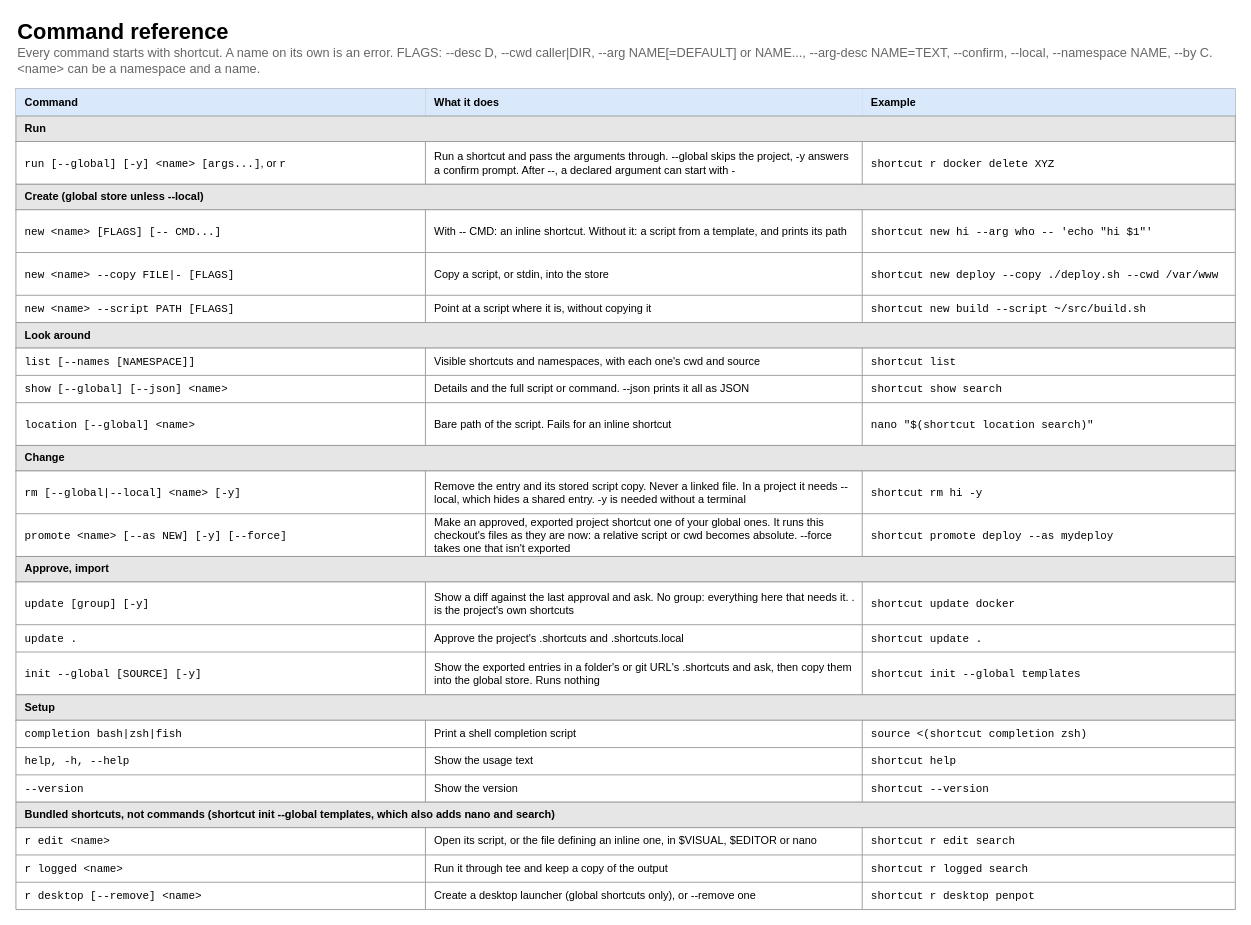
Above: page "4 Commands" (4 of 5) of docs/shortcut-overview.drawio in StanLukuvka/Shortcut (draw.io), before the change. Source tidied: cells renumbered, new cells numbered last; positions are measured from the earlier drawing's top-left corner, leaving out a move shared by most shapes. Both pictures are drawn from the tidied source at 91%, with x=0, y=0 at pixel (15, 15).
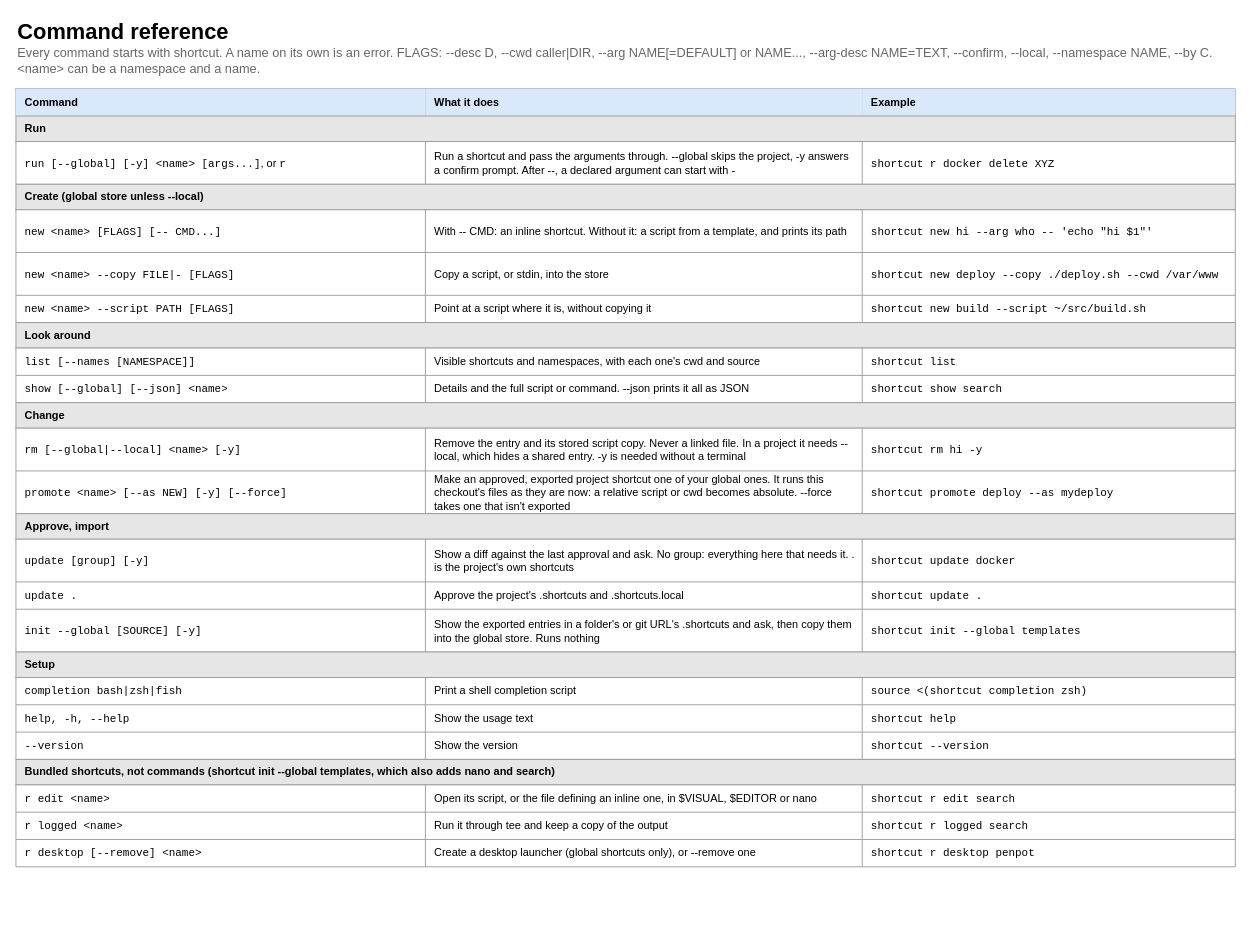
Above is the later version.

Diff of the diagram source:
```diff
@@
     <mxCell id="30" style="shape=table;startSize=0;childLayout=tableLayout;strokeColor=#999999;fontSize=12;html=1;" parent="1" vertex="1">
-      <mxGeometry y="365" width="1340" height="107" as="geometry" />
+      <mxGeometry y="365" width="1340" height="60" as="geometry" />
     </mxCell>
@@
-    <mxCell id="39" style="shape=tableRow;horizontal=0;startSize=0;swimlaneHead=0;swimlaneBody=0;strokeColor=inherit;top=0;left=0;bottom=0;right=0;fillColor=none;html=1;" parent="30" vertex="1">
-      <mxGeometry y="60" width="1340" height="47" as="geometry" />
-    </mxCell>
-    <mxCell id="40" value="&lt;font face=&quot;monospace&quot;&gt;location [--global] &amp;lt;name&amp;gt;&lt;/font&gt;" style="shape=partialRectangle;html=1;whiteSpace=wrap;strokeColor=inherit;overflow=hidden;fillColor=none;top=0;left=0;bottom=0;right=0;align=left;verticalAlign=middle;spacingLeft=8;spacingRight=6;fontSize=12;" parent="39" vertex="1">
-      <mxGeometry width="450" height="47" as="geometry" />
-    </mxCell>
-    <mxCell id="41" value="Bare path of the script. Fails for an inline shortcut" style="shape=partialRectangle;html=1;whiteSpace=wrap;strokeColor=inherit;overflow=hidden;fillColor=none;top=0;left=0;bottom=0;right=0;align=left;verticalAlign=middle;spacingLeft=8;spacingRight=6;fontSize=12;" parent="39" vertex="1">
-      <mxGeometry x="450" width="480" height="47" as="geometry" />
-    </mxCell>
-    <mxCell id="42" value="&lt;font face=&quot;monospace&quot;&gt;nano &quot;$(shortcut location search)&quot;&lt;/font&gt;" style="shape=partialRectangle;html=1;whiteSpace=wrap;strokeColor=inherit;overflow=hidden;fillColor=none;top=0;left=0;bottom=0;right=0;align=left;verticalAlign=middle;spacingLeft=8;spacingRight=6;fontSize=12;" parent="39" vertex="1">
-      <mxGeometry x="930" width="410" height="47" as="geometry" />
-    </mxCell>
     <mxCell id="43" value="&lt;b&gt;&lt;b&gt;Change&lt;/b&gt;&lt;/b&gt;" style="rounded=0;html=1;whiteSpace=wrap;strokeColor=#999999;fillColor=#e6e6e6;align=left;verticalAlign=middle;spacingLeft=8;fontSize=12;" parent="1" vertex="1">
-      <mxGeometry y="472" width="1340" height="28" as="geometry" />
+      <mxGeometry y="425" width="1340" height="28" as="geometry" />
     </mxCell>
     <mxCell id="44" style="shape=table;startSize=0;childLayout=tableLayout;strokeColor=#999999;fontSize=12;html=1;" parent="1" vertex="1">
-      <mxGeometry y="500" width="1340" height="94" as="geometry" />
+      <mxGeometry y="453" width="1340" height="94" as="geometry" />
     </mxCell>
@@
     <mxCell id="53" value="&lt;b&gt;&lt;b&gt;Approve, import&lt;/b&gt;&lt;/b&gt;" style="rounded=0;html=1;whiteSpace=wrap;strokeColor=#999999;fillColor=#e6e6e6;align=left;verticalAlign=middle;spacingLeft=8;fontSize=12;" parent="1" vertex="1">
-      <mxGeometry y="594" width="1340" height="28" as="geometry" />
+      <mxGeometry y="547" width="1340" height="28" as="geometry" />
     </mxCell>
     <mxCell id="54" style="shape=table;startSize=0;childLayout=tableLayout;strokeColor=#999999;fontSize=12;html=1;" parent="1" vertex="1">
-      <mxGeometry y="622" width="1340" height="124" as="geometry" />
+      <mxGeometry y="575" width="1340" height="124" as="geometry" />
     </mxCell>
@@
     <mxCell id="67" value="&lt;b&gt;&lt;b&gt;Setup&lt;/b&gt;&lt;/b&gt;" style="rounded=0;html=1;whiteSpace=wrap;strokeColor=#999999;fillColor=#e6e6e6;align=left;verticalAlign=middle;spacingLeft=8;fontSize=12;" parent="1" vertex="1">
-      <mxGeometry y="746" width="1340" height="28" as="geometry" />
+      <mxGeometry y="699" width="1340" height="28" as="geometry" />
     </mxCell>
     <mxCell id="68" style="shape=table;startSize=0;childLayout=tableLayout;strokeColor=#999999;fontSize=12;html=1;" parent="1" vertex="1">
-      <mxGeometry y="774" width="1340" height="90" as="geometry" />
+      <mxGeometry y="727" width="1340" height="90" as="geometry" />
     </mxCell>
@@
     <mxCell id="81" value="&lt;b&gt;&lt;b&gt;Bundled shortcuts, not commands (shortcut init --global templates, which also adds nano and search)&lt;/b&gt;&lt;/b&gt;" style="rounded=0;html=1;whiteSpace=wrap;strokeColor=#999999;fillColor=#e6e6e6;align=left;verticalAlign=middle;spacingLeft=8;fontSize=12;" parent="1" vertex="1">
-      <mxGeometry y="864" width="1340" height="28" as="geometry" />
+      <mxGeometry y="817" width="1340" height="28" as="geometry" />
     </mxCell>
     <mxCell id="82" style="shape=table;startSize=0;childLayout=tableLayout;strokeColor=#999999;fontSize=12;html=1;" parent="1" vertex="1">
-      <mxGeometry y="892" width="1340" height="90" as="geometry" />
+      <mxGeometry y="845" width="1340" height="90" as="geometry" />
     </mxCell>
```
